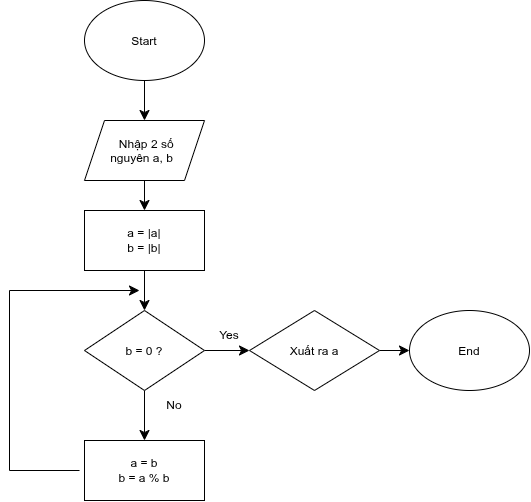
Above: assets/gcd.png in quanghung4dhh/LTMM_Project (draw.io), before the change. Source tidied: cells renumbered, new cells last; positions are measured from the earlier drawing's top-left corner, leaving out a move shared by most shapes.
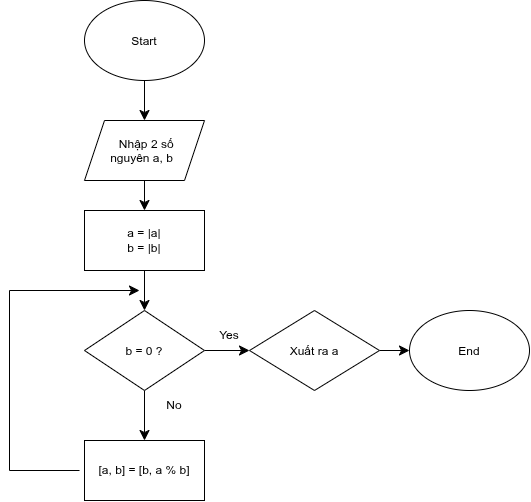
After the commit.

Diff of the diagram source:
```diff
@@ -29,7 +29,7 @@
     <mxCell id="10" value="b = 0 ?" style="rhombus;whiteSpace=wrap;html=1;shapeInside=1;" parent="1" vertex="1">
       <mxGeometry x="75" y="310" width="120" height="80" as="geometry" />
     </mxCell>
-    <mxCell id="11" value="a = b&lt;div&gt;b = a % b&lt;/div&gt;" style="rounded=0;whiteSpace=wrap;html=1;" parent="1" vertex="1">
+    <mxCell id="11" value="[a, b] = [b,&lt;span style=&quot;background-color: transparent; color: light-dark(#000000, var(--ge-light-color, #ffffff));&quot;&gt;&amp;nbsp;a % b]&lt;/span&gt;" style="rounded=0;whiteSpace=wrap;html=1;" parent="1" vertex="1">
       <mxGeometry x="75" y="440" width="120" height="60" as="geometry" />
     </mxCell>
     <mxCell id="12" style="edgeStyle=orthogonalEdgeStyle;curved=1;rounded=0;curveGeometry=1;jettySize=auto;html=1;entryX=0;entryY=0.5;entryDx=0;entryDy=0;fontSize=12;defaultLabelBackgroundColor=page;startSize=8;endSize=8;" parent="1" edge="1" source="13" target="14">
```
